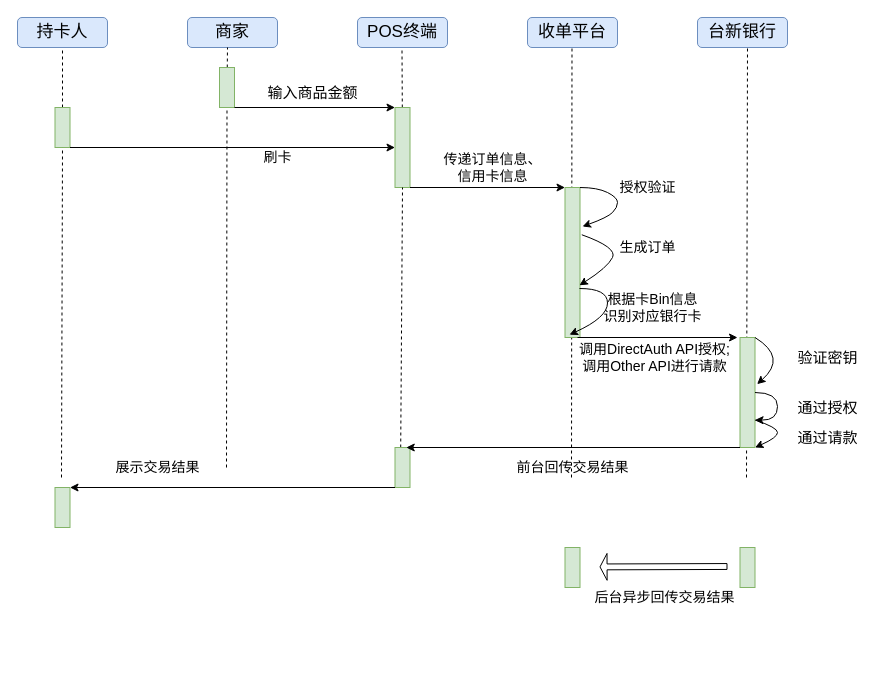
This is 台新银行--信用卡转账.drawio from MarkYongfengZheng/WFT, a draw.io file, before an edit. Source tidied: cells renumbered, new cells numbered last; positions are measured from the earlier drawing's top-left corner, leaving out a move shared by most shapes. Both pictures are drawn from the tidied source at 100%, with x=0, y=0 at pixel (17, 17).
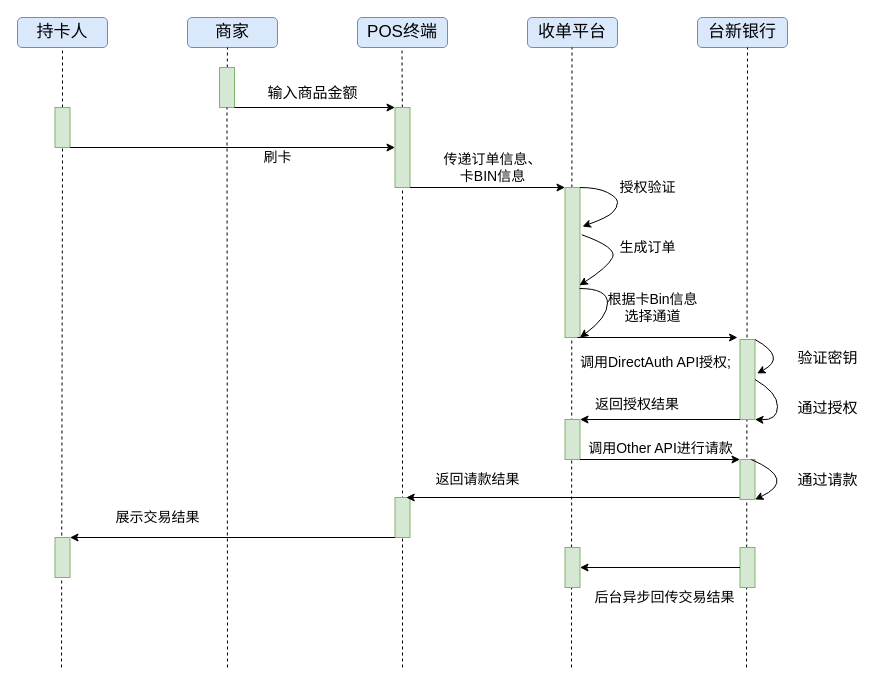
The same diagram, later.

Commit message:
Update 台新银行--信用卡转账0703.drawio

The change refers to these unchanged cells:
```xml
<mxCell id="12" style="rounded=0;whiteSpace=wrap;html=1;fontSize=17;fillColor=#d5e8d4;strokeColor=#82b366;" parent="1" vertex="1">
  <mxGeometry x="202" y="50" width="15" height="40" as="geometry" />
</mxCell>
<mxCell id="14" style="rounded=0;whiteSpace=wrap;html=1;fontSize=17;fillColor=#d5e8d4;strokeColor=#82b366;" parent="1" vertex="1">
  <mxGeometry x="37.5" y="90" width="15" height="40" as="geometry" />
</mxCell>
<mxCell id="16" style="rounded=0;whiteSpace=wrap;html=1;fontSize=17;fillColor=#d5e8d4;strokeColor=#82b366;" parent="1" vertex="1">
  <mxGeometry x="377.5" y="90" width="15" height="80" as="geometry" />
</mxCell>
<mxCell id="19" style="rounded=0;whiteSpace=wrap;html=1;fontSize=17;fillColor=#d5e8d4;strokeColor=#82b366;" parent="1" vertex="1">
  <mxGeometry x="547.5" y="170" width="15" height="150" as="geometry" />
</mxCell>
<mxCell id="43" style="rounded=0;whiteSpace=wrap;html=1;fontSize=17;fillColor=#d5e8d4;strokeColor=#82b366;" parent="1" vertex="1">
  <mxGeometry x="722.5" y="530" width="15" height="40" as="geometry" />
</mxCell>
<mxCell id="45" style="rounded=0;whiteSpace=wrap;html=1;fontSize=17;fillColor=#d5e8d4;strokeColor=#82b366;" parent="1" vertex="1">
  <mxGeometry x="547.5" y="530" width="15" height="40" as="geometry" />
</mxCell>
```

The edit, as a diff of the source:
```diff
@@
     <mxCell id="10" style="endArrow=none;dashed=1;html=1;fontSize=17;entryX=0.5;entryY=1;entryDx=0;entryDy=0;" parent="1" edge="1">
       <mxGeometry relative="1" as="geometry">
-        <mxPoint x="554" y="460" as="sourcePoint" />
+        <mxPoint x="554" y="650" as="sourcePoint" />
         <mxPoint x="554.5" y="30" as="targetPoint" />
       </mxGeometry>
     </mxCell>
     <mxCell id="11" style="endArrow=none;dashed=1;html=1;fontSize=17;entryX=0.5;entryY=1;entryDx=0;entryDy=0;" parent="1" edge="1">
       <mxGeometry relative="1" as="geometry">
-        <mxPoint x="729" y="460" as="sourcePoint" />
+        <mxPoint x="729" y="650" as="sourcePoint" />
         <mxPoint x="730" y="30" as="targetPoint" />
       </mxGeometry>
     </mxCell>
@@
     <mxCell id="13" style="endArrow=none;dashed=1;html=1;fontSize=17;entryX=0.5;entryY=1;entryDx=0;entryDy=0;" parent="1" edge="1" target="12">
       <mxGeometry relative="1" as="geometry">
-        <mxPoint x="209" y="450" as="sourcePoint" />
+        <mxPoint x="210" y="650" as="sourcePoint" />
       </mxGeometry>
     </mxCell>
@@
     <mxCell id="15" style="endArrow=none;dashed=1;html=1;fontSize=17;entryX=0.5;entryY=1;entryDx=0;entryDy=0;" parent="1" edge="1" target="14">
       <mxGeometry relative="1" as="geometry">
-        <mxPoint x="44" y="460" as="sourcePoint" />
+        <mxPoint x="44" y="650" as="sourcePoint" />
       </mxGeometry>
     </mxCell>
@@
     <mxCell id="17" style="endArrow=none;dashed=1;html=1;fontSize=17;entryX=0.5;entryY=1;entryDx=0;entryDy=0;" parent="1" edge="1" target="16">
       <mxGeometry relative="1" as="geometry">
-        <mxPoint x="383" y="460" as="sourcePoint" />
+        <mxPoint x="385" y="650" as="sourcePoint" />
       </mxGeometry>
     </mxCell>
@@
-    <mxCell id="21" value="&lt;div style=&quot;font-size: 14px&quot;&gt;传递订单信息、&lt;/div&gt;&lt;div style=&quot;font-size: 14px&quot;&gt;信用卡信息&lt;/div&gt;" style="text;html=1;align=center;verticalAlign=middle;fontSize=14;" parent="1" vertex="1">
+    <mxCell id="21" value="&lt;div style=&quot;font-size: 14px&quot;&gt;传递订单信息、&lt;/div&gt;&lt;div style=&quot;font-size: 14px&quot;&gt;卡BIN信息&lt;/div&gt;" style="text;html=1;align=center;verticalAlign=middle;fontSize=14;" parent="1" vertex="1">
       <mxGeometry x="420" y="130" width="110" height="40" as="geometry" />
     </mxCell>
@@
     <mxCell id="26" style="rounded=0;whiteSpace=wrap;html=1;fontSize=17;fillColor=#d5e8d4;strokeColor=#82b366;" parent="1" vertex="1">
-      <mxGeometry x="722.5" y="320" width="15" height="110" as="geometry" />
+      <mxGeometry x="722.5" y="322" width="15" height="80" as="geometry" />
     </mxCell>
@@
-    <mxCell id="28" value="&lt;div&gt;调用DirectAuth API授权;&lt;/div&gt;&lt;div&gt;调用Other API进行请款&lt;br&gt;&lt;/div&gt;" style="text;html=1;align=center;verticalAlign=middle;points=[];fontSize=14;" parent="1" vertex="1">
-      <mxGeometry x="552" y="320" width="170" height="40" as="geometry" />
+    <mxCell id="28" value="&lt;div&gt;&lt;br&gt;&lt;/div&gt;&lt;div&gt;调用Other API进行请款&lt;br&gt;&lt;/div&gt;" style="text;html=1;align=center;verticalAlign=middle;points=[];fontSize=14;" parent="1" vertex="1">
+      <mxGeometry x="562.5" y="402" width="160" height="40" as="geometry" />
     </mxCell>
@@
-    <mxCell id="31" style="endArrow=none;dashed=1;html=1;fontSize=17;entryX=0.5;entryY=1;entryDx=0;entryDy=0;" parent="1" edge="1" source="35">
-      <mxGeometry relative="1" as="geometry">
-        <mxPoint x="42.5" y="510" as="targetPoint" />
-      </mxGeometry>
-    </mxCell>
     <mxCell id="32" style="rounded=0;whiteSpace=wrap;html=1;fontSize=17;fillColor=#d5e8d4;strokeColor=#82b366;" parent="1" vertex="1">
-      <mxGeometry x="377.5" y="430" width="15" height="40" as="geometry" />
+      <mxGeometry x="377.5" y="480" width="15" height="40" as="geometry" />
     </mxCell>
     <mxCell id="33" style="endArrow=classic;html=1;fontSize=15;exitX=0;exitY=1;exitDx=0;exitDy=0;entryX=0.75;entryY=0;entryDx=0;entryDy=0;" parent="1" edge="1" target="32">
       <mxGeometry relative="1" as="geometry">
-        <mxPoint x="722.5" y="430" as="sourcePoint" />
+        <mxPoint x="722.5" y="480" as="sourcePoint" />
       </mxGeometry>
     </mxCell>
-    <mxCell id="34" value="前台回传交易结果" style="text;html=1;align=center;verticalAlign=middle;fontSize=14;" parent="1" vertex="1">
-      <mxGeometry x="490" y="440" width="130" height="20" as="geometry" />
-    </mxCell>
     <mxCell id="35" style="rounded=0;whiteSpace=wrap;html=1;fontSize=17;fillColor=#d5e8d4;strokeColor=#82b366;" parent="1" vertex="1">
-      <mxGeometry x="37.5" y="470" width="15" height="40" as="geometry" />
+      <mxGeometry x="37.5" y="520" width="15" height="40" as="geometry" />
     </mxCell>
@@
     <mxCell id="37" value="展示交易结果" style="text;html=1;align=center;verticalAlign=middle;fontSize=14;" parent="1" vertex="1">
-      <mxGeometry x="90" y="440" width="100" height="20" as="geometry" />
+      <mxGeometry x="90" y="490" width="100" height="20" as="geometry" />
     </mxCell>
@@
-    <mxCell id="41" style="curved=1;endArrow=classic;html=1;fontSize=15;exitX=1;exitY=0.5;exitDx=0;exitDy=0;entryX=1;entryY=0.75;entryDx=0;entryDy=0;" parent="1" edge="1" source="26" target="26">
+    <mxCell id="41" style="curved=1;endArrow=classic;html=1;fontSize=15;exitX=1;exitY=0.5;exitDx=0;exitDy=0;entryX=1;entryY=1;entryDx=0;entryDy=0;" parent="1" edge="1" source="26" target="26">
       <mxGeometry relative="1" as="geometry">
         <Array as="points">
           <mxPoint x="760" y="375" />
           <mxPoint x="760" y="403" />
         </Array>
       </mxGeometry>
     </mxCell>
@@
-    <mxCell id="44" style="shape=flexArrow;endArrow=classic;html=1;fontSize=14;width=5.882352941176471;endSize=2.023529411764706;" parent="1" edge="1">
-      <mxGeometry relative="1" as="geometry">
-        <mxPoint x="710" y="549" as="sourcePoint" />
-        <mxPoint x="582" y="549.4" as="targetPoint" />
-      </mxGeometry>
-    </mxCell>
@@
-    <mxCell id="47" value="&lt;div&gt;根据卡Bin信息&lt;/div&gt;&lt;div&gt;识别对应银行卡&lt;/div&gt;" style="text;html=1;align=center;verticalAlign=middle;fontSize=14;" parent="1" vertex="1">
+    <mxCell id="47" value="&lt;div&gt;根据卡Bin信息&lt;/div&gt;&lt;div&gt;选择通道&lt;/div&gt;" style="text;html=1;align=center;verticalAlign=middle;fontSize=14;" parent="1" vertex="1">
       <mxGeometry x="580" y="270" width="110" height="40" as="geometry" />
     </mxCell>
-    <mxCell id="48" style="curved=1;endArrow=classic;html=1;fontSize=15;entryX=0;entryY=-0.071;entryDx=0;entryDy=0;entryPerimeter=0;" parent="1" edge="1" target="28">
+    <mxCell id="48" style="curved=1;endArrow=classic;html=1;fontSize=15;entryX=1;entryY=1;entryDx=0;entryDy=0;" parent="1" edge="1" target="19">
       <mxGeometry relative="1" as="geometry">
         <mxPoint x="562" y="271" as="sourcePoint" />
         <Array as="points">
           <mxPoint x="590" y="271" />
           <mxPoint x="590" y="300" />
         </Array>
       </mxGeometry>
     </mxCell>
-    <mxCell id="49" style="curved=1;endArrow=classic;html=1;fontSize=15;exitX=1;exitY=0.75;exitDx=0;exitDy=0;entryX=1;entryY=1;entryDx=0;entryDy=0;" parent="1" edge="1" source="26" target="26">
-      <mxGeometry relative="1" as="geometry">
-        <Array as="points">
-          <mxPoint x="760" y="410" />
-          <mxPoint x="760" y="420" />
-        </Array>
-      </mxGeometry>
-    </mxCell>
     <mxCell id="50" value="通过请款" style="text;html=1;align=center;verticalAlign=middle;fontSize=15;" parent="1" vertex="1">
-      <mxGeometry x="770" y="410" width="80" height="20" as="geometry" />
+      <mxGeometry x="770" y="452" width="80" height="20" as="geometry" />
     </mxCell>
+    <mxCell id="51" style="rounded=0;whiteSpace=wrap;html=1;fontSize=17;fillColor=#d5e8d4;strokeColor=#82b366;" parent="1" vertex="1">
+      <mxGeometry x="547.5" y="402" width="15" height="40" as="geometry" />
+    </mxCell>
+    <mxCell id="52" value="&lt;font style=&quot;font-size: 14px&quot;&gt;调用DirectAuth API授权;&lt;/font&gt;" style="text;whiteSpace=wrap;html=1;" parent="1" vertex="1">
+      <mxGeometry x="560.5" y="330" width="162" height="30" as="geometry" />
+    </mxCell>
+    <mxCell id="53" style="endArrow=classic;html=1;exitX=0;exitY=1;exitDx=0;exitDy=0;entryX=1;entryY=0;entryDx=0;entryDy=0;" parent="1" edge="1" source="26" target="51">
+      <mxGeometry relative="1" as="geometry" />
+    </mxCell>
+    <mxCell id="54" value="&lt;font style=&quot;font-size: 14px&quot;&gt;返回授权结果&lt;/font&gt;" style="text;whiteSpace=wrap;html=1;" parent="1" vertex="1">
+      <mxGeometry x="575.5" y="372" width="162" height="30" as="geometry" />
+    </mxCell>
+    <mxCell id="55" style="rounded=0;whiteSpace=wrap;html=1;fontSize=17;fillColor=#d5e8d4;strokeColor=#82b366;" parent="1" vertex="1">
+      <mxGeometry x="722.5" y="442" width="15" height="40" as="geometry" />
+    </mxCell>
+    <mxCell id="56" style="endArrow=classic;html=1;entryX=0;entryY=0;entryDx=0;entryDy=0;exitX=1;exitY=1;exitDx=0;exitDy=0;" parent="1" edge="1" source="51" target="55">
+      <mxGeometry relative="1" as="geometry" />
+    </mxCell>
+    <mxCell id="57" style="curved=1;endArrow=classic;html=1;fontSize=15;exitX=0.75;exitY=0;exitDx=0;exitDy=0;entryX=1;entryY=1;entryDx=0;entryDy=0;" parent="1" edge="1" source="55" target="55">
+      <mxGeometry relative="1" as="geometry">
+        <Array as="points">
+          <mxPoint x="780" y="462" />
+        </Array>
+      </mxGeometry>
+    </mxCell>
+    <mxCell id="58" value="返回请款结果" style="text;html=1;align=center;verticalAlign=middle;fontSize=14;" parent="1" vertex="1">
+      <mxGeometry x="410" y="452" width="100" height="20" as="geometry" />
+    </mxCell>
+    <mxCell id="59" style="endArrow=classic;html=1;exitX=0;exitY=0.5;exitDx=0;exitDy=0;entryX=1;entryY=0.5;entryDx=0;entryDy=0;" parent="1" edge="1" source="43" target="45">
+      <mxGeometry relative="1" as="geometry" />
+    </mxCell>
```
